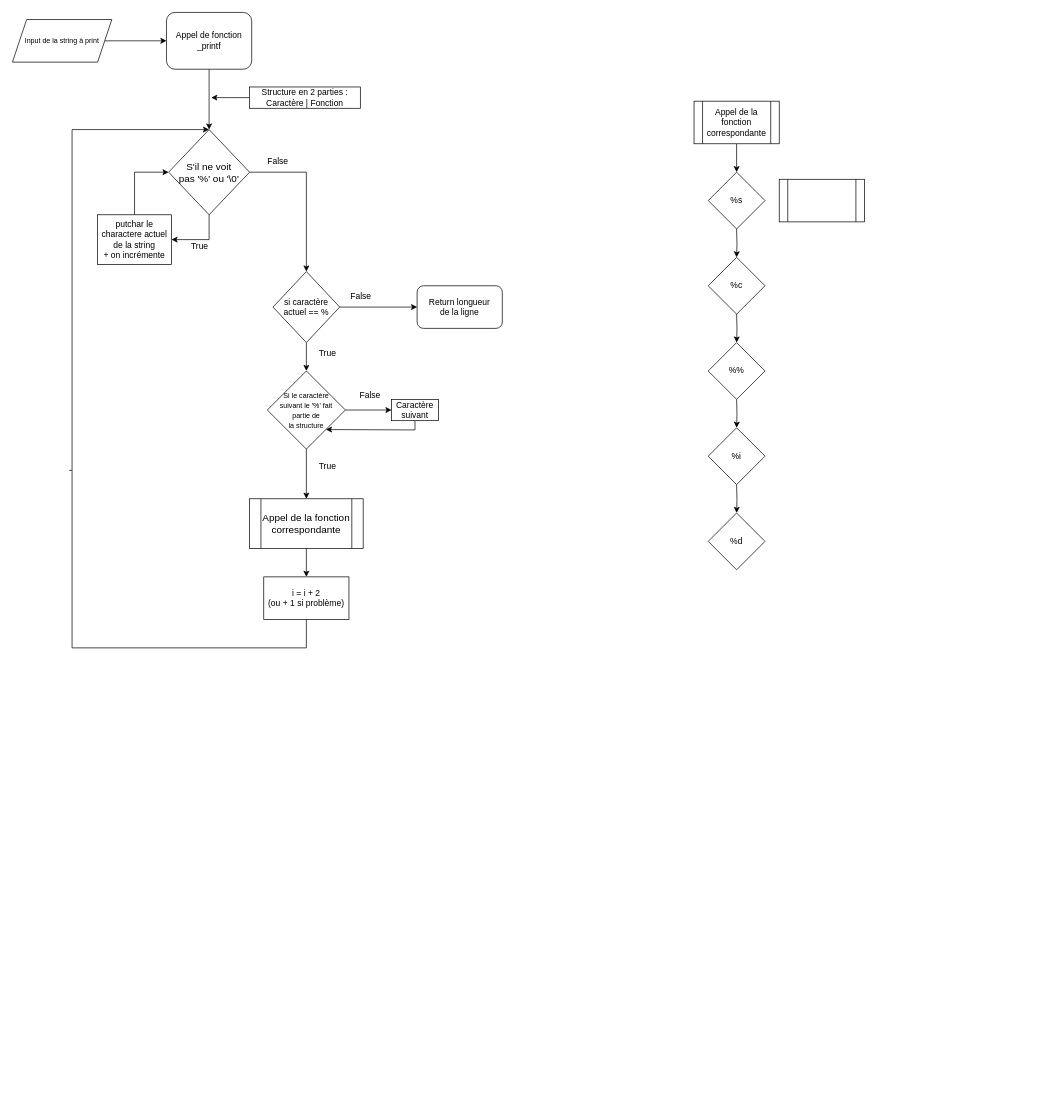
Before: Flowchart Printf.drawio in Tulkiidra/holbertonschool-printf, a draw.io diagram. Source tidied: cells renumbered, new cells numbered last; positions are measured from the earlier drawing's top-left corner, leaving out a move shared by most shapes. Both pictures are drawn from the tidied source at 71%, with x=0, y=0 at pixel (12, 12).
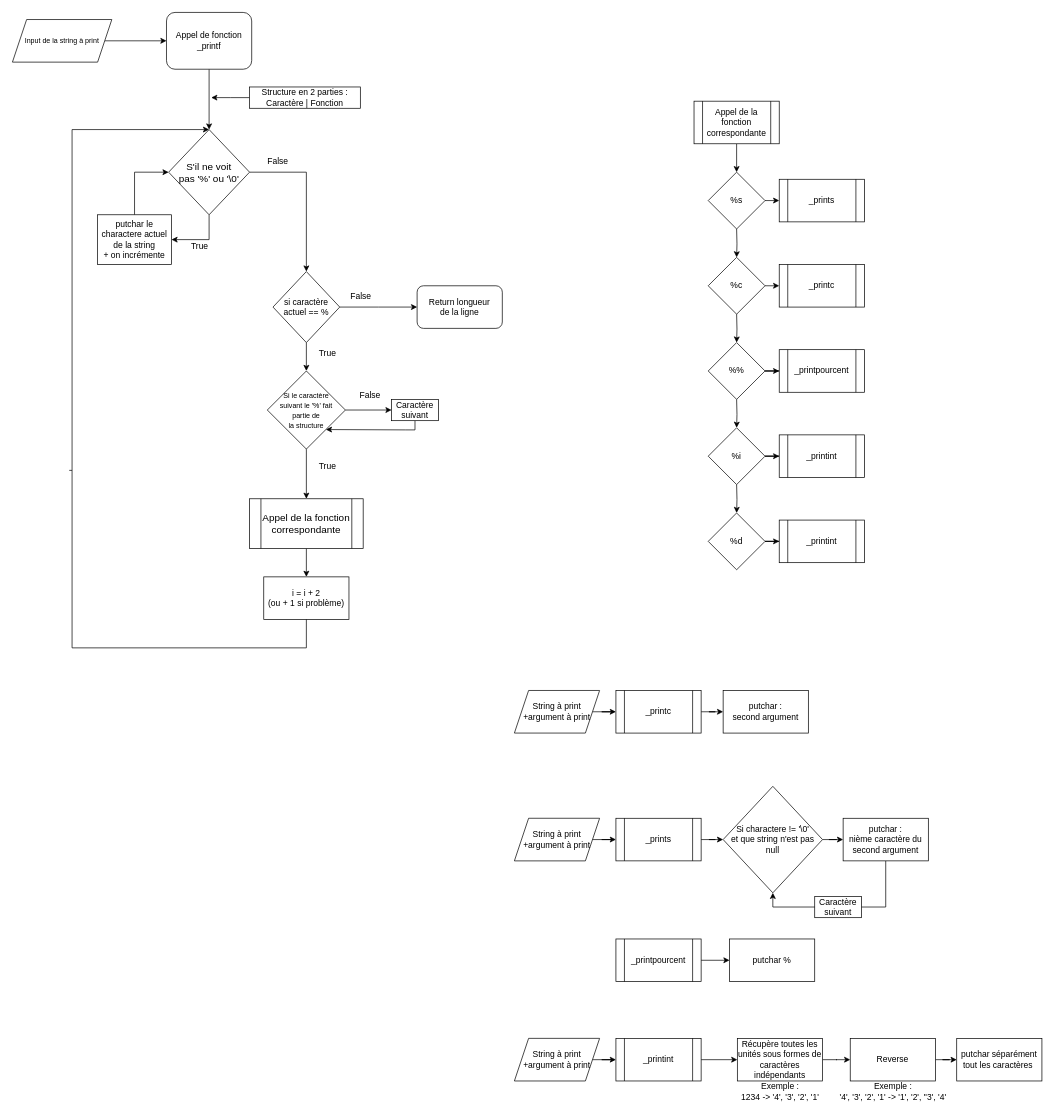
The same diagram, later.

Commit message (it also covers changes not shown here):
Mettre à jour Flowchart Printf.drawio

Unchanged cells that the change refers to:
```xml
<mxCell id="35" value="%s" style="rhombus;whiteSpace=wrap;html=1;fontSize=12;" parent="1" vertex="1">
  <mxGeometry x="980" y="225" width="80" height="80" as="geometry" />
</mxCell>
<mxCell id="37" value="%c" style="rhombus;whiteSpace=wrap;html=1;fontSize=12;" parent="1" vertex="1">
  <mxGeometry x="980" y="345" width="80" height="80" as="geometry" />
</mxCell>
<mxCell id="39" value="%%" style="rhombus;whiteSpace=wrap;html=1;fontSize=12;" parent="1" vertex="1">
  <mxGeometry x="980" y="465" width="80" height="80" as="geometry" />
</mxCell>
<mxCell id="41" value="%i" style="rhombus;whiteSpace=wrap;html=1;fontSize=12;" parent="1" vertex="1">
  <mxGeometry x="980" y="585" width="80" height="80" as="geometry" />
</mxCell>
<mxCell id="43" value="%d" style="rhombus;whiteSpace=wrap;html=1;fontSize=12;" parent="1" vertex="1">
  <mxGeometry x="980" y="705" width="80" height="80" as="geometry" />
</mxCell>
```

Change to the diagram source:
```diff
@@
+    <mxCell id="45" style="edgeStyle=orthogonalEdgeStyle;rounded=0;jettySize=auto;html=1;exitX=1;exitY=0.5;exitDx=0;exitDy=0;entryX=0;entryY=0.5;entryDx=0;entryDy=0;fontSize=12;" parent="1" edge="1" source="35" target="44">
+      <mxGeometry relative="1" as="geometry" />
+    </mxCell>
@@
+    <mxCell id="46" style="edgeStyle=orthogonalEdgeStyle;rounded=0;jettySize=auto;html=1;exitX=1;exitY=0.5;exitDx=0;exitDy=0;entryX=0;entryY=0.5;entryDx=0;entryDy=0;fontSize=12;" parent="1" edge="1" source="37" target="50">
+      <mxGeometry relative="1" as="geometry" />
+    </mxCell>
@@
+    <mxCell id="47" style="edgeStyle=orthogonalEdgeStyle;rounded=0;jettySize=auto;html=1;fontSize=12;" parent="1" edge="1" source="39" target="51">
+      <mxGeometry relative="1" as="geometry" />
+    </mxCell>
@@
+    <mxCell id="48" style="edgeStyle=orthogonalEdgeStyle;rounded=0;jettySize=auto;html=1;fontSize=12;" parent="1" edge="1" source="41" target="52">
+      <mxGeometry relative="1" as="geometry" />
+    </mxCell>
@@
+    <mxCell id="49" style="edgeStyle=orthogonalEdgeStyle;rounded=0;jettySize=auto;html=1;fontSize=12;" parent="1" edge="1" source="43" target="53">
+      <mxGeometry relative="1" as="geometry" />
+    </mxCell>
@@
-    <mxCell id="44" style="shape=process;whiteSpace=wrap;html=1;backgroundOutline=1;fontSize=12;" parent="1" vertex="1">
+    <mxCell id="44" value="_prints" style="shape=process;whiteSpace=wrap;html=1;backgroundOutline=1;fontSize=12;" parent="1" vertex="1">
       <mxGeometry x="1080" y="235" width="120" height="60" as="geometry" />
     </mxCell>
+    <mxCell id="50" value="_printc" style="shape=process;whiteSpace=wrap;html=1;backgroundOutline=1;fontSize=12;" parent="1" vertex="1">
+      <mxGeometry x="1080" y="355" width="120" height="60" as="geometry" />
+    </mxCell>
+    <mxCell id="51" value="_printpourcent" style="shape=process;whiteSpace=wrap;html=1;backgroundOutline=1;fontSize=12;" parent="1" vertex="1">
+      <mxGeometry x="1080" y="475" width="120" height="60" as="geometry" />
+    </mxCell>
+    <mxCell id="52" value="_printint" style="shape=process;whiteSpace=wrap;html=1;backgroundOutline=1;fontSize=12;" parent="1" vertex="1">
+      <mxGeometry x="1080" y="595" width="120" height="60" as="geometry" />
+    </mxCell>
+    <mxCell id="53" value="_printint" style="shape=process;whiteSpace=wrap;html=1;backgroundOutline=1;fontSize=12;" parent="1" vertex="1">
+      <mxGeometry x="1080" y="715" width="120" height="60" as="geometry" />
+    </mxCell>
+    <mxCell id="54" style="edgeStyle=orthogonalEdgeStyle;rounded=0;jettySize=auto;html=1;fontSize=12;" parent="1" edge="1" source="55" target="58">
+      <mxGeometry relative="1" as="geometry" />
+    </mxCell>
+    <mxCell id="55" value="_printc" style="shape=process;whiteSpace=wrap;html=1;backgroundOutline=1;fontSize=12;" parent="1" vertex="1">
+      <mxGeometry x="850" y="955" width="120" height="60" as="geometry" />
+    </mxCell>
+    <mxCell id="56" style="edgeStyle=orthogonalEdgeStyle;rounded=0;jettySize=auto;html=1;fontSize=12;" parent="1" edge="1" source="57" target="55">
+      <mxGeometry relative="1" as="geometry" />
+    </mxCell>
+    <mxCell id="57" value="String à print&lt;br&gt;+argument à print" style="shape=parallelogram;perimeter=parallelogramPerimeter;whiteSpace=wrap;html=1;fixedSize=1;fontSize=12;" parent="1" vertex="1">
+      <mxGeometry x="707" y="955" width="120" height="60" as="geometry" />
+    </mxCell>
+    <mxCell id="58" value="putchar :&lt;br&gt;second argument" style="rounded=0;whiteSpace=wrap;html=1;fontSize=12;" parent="1" vertex="1">
+      <mxGeometry x="1001" y="955" width="120" height="60" as="geometry" />
+    </mxCell>
+    <mxCell id="59" style="edgeStyle=orthogonalEdgeStyle;rounded=0;jettySize=auto;html=1;fontSize=12;" parent="1" edge="1" source="60" target="66">
+      <mxGeometry relative="1" as="geometry" />
+    </mxCell>
+    <mxCell id="60" value="_prints" style="shape=process;whiteSpace=wrap;html=1;backgroundOutline=1;fontSize=12;" parent="1" vertex="1">
+      <mxGeometry x="850" y="1135" width="120" height="60" as="geometry" />
+    </mxCell>
+    <mxCell id="61" style="edgeStyle=orthogonalEdgeStyle;rounded=0;jettySize=auto;html=1;fontSize=12;" parent="1" edge="1" source="62" target="60">
+      <mxGeometry relative="1" as="geometry" />
+    </mxCell>
+    <mxCell id="62" value="String à print&lt;br&gt;+argument à print" style="shape=parallelogram;perimeter=parallelogramPerimeter;whiteSpace=wrap;html=1;fixedSize=1;fontSize=12;" parent="1" vertex="1">
+      <mxGeometry x="707" y="1135" width="120" height="60" as="geometry" />
+    </mxCell>
+    <mxCell id="63" style="edgeStyle=orthogonalEdgeStyle;rounded=0;jettySize=auto;html=1;fontSize=12;entryX=0.5;entryY=1;entryDx=0;entryDy=0;" parent="1" edge="1" source="64" target="66">
+      <mxGeometry relative="1" as="geometry">
+        <Array as="points">
+          <mxPoint x="1230" y="1260" />
+          <mxPoint x="1071" y="1260" />
+        </Array>
+      </mxGeometry>
+    </mxCell>
+    <mxCell id="64" value="putchar :&lt;br&gt;nième caractère du second argument" style="rounded=0;whiteSpace=wrap;html=1;fontSize=12;" parent="1" vertex="1">
+      <mxGeometry x="1170" y="1135" width="120" height="60" as="geometry" />
+    </mxCell>
+    <mxCell id="65" style="edgeStyle=orthogonalEdgeStyle;rounded=0;jettySize=auto;html=1;fontSize=12;" parent="1" edge="1" source="66" target="64">
+      <mxGeometry relative="1" as="geometry" />
+    </mxCell>
+    <mxCell id="66" value="Si charactere != '\0'&lt;br&gt;et que string n'est pas null" style="rhombus;whiteSpace=wrap;html=1;fontSize=12;" parent="1" vertex="1">
+      <mxGeometry x="1001" y="1090" width="140" height="150" as="geometry" />
+    </mxCell>
+    <mxCell id="67" value="Caractère suivant" style="rounded=0;whiteSpace=wrap;html=1;" parent="1" vertex="1">
+      <mxGeometry x="1130" y="1245" width="66" height="30" as="geometry" />
+    </mxCell>
+    <mxCell id="68" style="edgeStyle=orthogonalEdgeStyle;rounded=0;jettySize=auto;html=1;fontSize=12;" parent="1" edge="1" source="69" target="70">
+      <mxGeometry relative="1" as="geometry" />
+    </mxCell>
+    <mxCell id="69" value="_printpourcent" style="shape=process;whiteSpace=wrap;html=1;backgroundOutline=1;fontSize=12;" parent="1" vertex="1">
+      <mxGeometry x="850" y="1305" width="120" height="60" as="geometry" />
+    </mxCell>
+    <mxCell id="70" value="putchar %" style="rounded=0;whiteSpace=wrap;html=1;fontSize=12;" parent="1" vertex="1">
+      <mxGeometry x="1010" y="1305" width="120" height="60" as="geometry" />
+    </mxCell>
+    <mxCell id="71" style="edgeStyle=orthogonalEdgeStyle;rounded=0;jettySize=auto;html=1;fontSize=12;" parent="1" edge="1" source="72" target="76">
+      <mxGeometry relative="1" as="geometry" />
+    </mxCell>
+    <mxCell id="72" value="_printint" style="shape=process;whiteSpace=wrap;html=1;backgroundOutline=1;fontSize=12;" parent="1" vertex="1">
+      <mxGeometry x="850" y="1445" width="120" height="60" as="geometry" />
+    </mxCell>
+    <mxCell id="73" style="edgeStyle=orthogonalEdgeStyle;rounded=0;jettySize=auto;html=1;fontSize=12;" parent="1" edge="1" source="74" target="72">
+      <mxGeometry relative="1" as="geometry" />
+    </mxCell>
+    <mxCell id="74" value="String à print&lt;br&gt;+argument à print" style="shape=parallelogram;perimeter=parallelogramPerimeter;whiteSpace=wrap;html=1;fixedSize=1;fontSize=12;" parent="1" vertex="1">
+      <mxGeometry x="707" y="1445" width="120" height="60" as="geometry" />
+    </mxCell>
+    <mxCell id="75" style="edgeStyle=orthogonalEdgeStyle;rounded=0;jettySize=auto;html=1;fontSize=12;" parent="1" edge="1" source="76" target="79">
+      <mxGeometry relative="1" as="geometry" />
+    </mxCell>
+    <mxCell id="76" value="Récupère toutes les unités sous formes de caractères indépendants" style="rounded=0;whiteSpace=wrap;html=1;fontSize=12;" parent="1" vertex="1">
+      <mxGeometry x="1021" y="1445" width="120" height="60" as="geometry" />
+    </mxCell>
+    <mxCell id="77" value="Exemple : &lt;br&gt;1234 -&amp;gt; '4', '3', '2', '1'" style="text;html=1;strokeColor=none;fillColor=none;align=center;verticalAlign=middle;whiteSpace=wrap;rounded=0;fontSize=12;" parent="1" vertex="1">
+      <mxGeometry x="1016.5" y="1505" width="129" height="30" as="geometry" />
+    </mxCell>
+    <mxCell id="78" style="edgeStyle=orthogonalEdgeStyle;rounded=0;jettySize=auto;html=1;fontSize=12;" parent="1" edge="1" source="79" target="81">
+      <mxGeometry relative="1" as="geometry" />
+    </mxCell>
+    <mxCell id="79" value="Reverse" style="rounded=0;whiteSpace=wrap;html=1;fontSize=12;" parent="1" vertex="1">
+      <mxGeometry x="1180" y="1445" width="120" height="60" as="geometry" />
+    </mxCell>
+    <mxCell id="80" value="Exemple : &lt;br&gt;'4', '3', '2', '1' -&amp;gt; '1', '2', ''3', '4'" style="text;html=1;strokeColor=none;fillColor=none;align=center;verticalAlign=middle;whiteSpace=wrap;rounded=0;fontSize=12;" parent="1" vertex="1">
+      <mxGeometry x="1157.8" y="1505" width="164.5" height="30" as="geometry" />
+    </mxCell>
+    <mxCell id="81" value="putchar séparément tout les caractères&amp;nbsp;" style="rounded=0;whiteSpace=wrap;html=1;fontSize=12;" parent="1" vertex="1">
+      <mxGeometry x="1330" y="1445" width="120" height="60" as="geometry" />
+    </mxCell>
```
